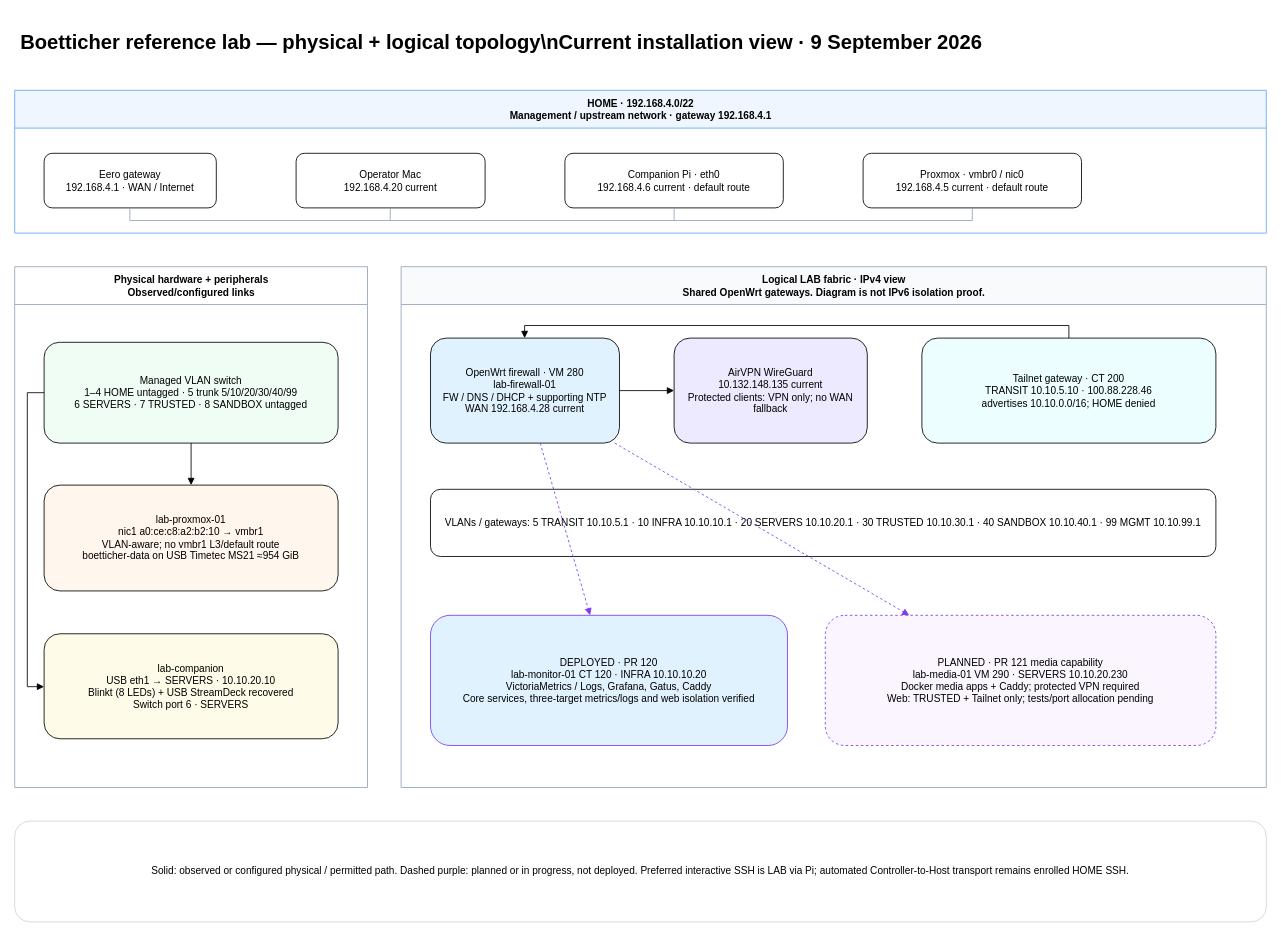
This is docs/images/network-topology.drawio from gofastercloud/boetticher, a draw.io file, before an edit. Source tidied: cells renumbered, new cells numbered last; positions are measured from the earlier drawing's top-left corner, leaving out a move shared by most shapes. Both pictures are drawn from the tidied source at 84%, with x=0, y=0 at pixel (14, 14).
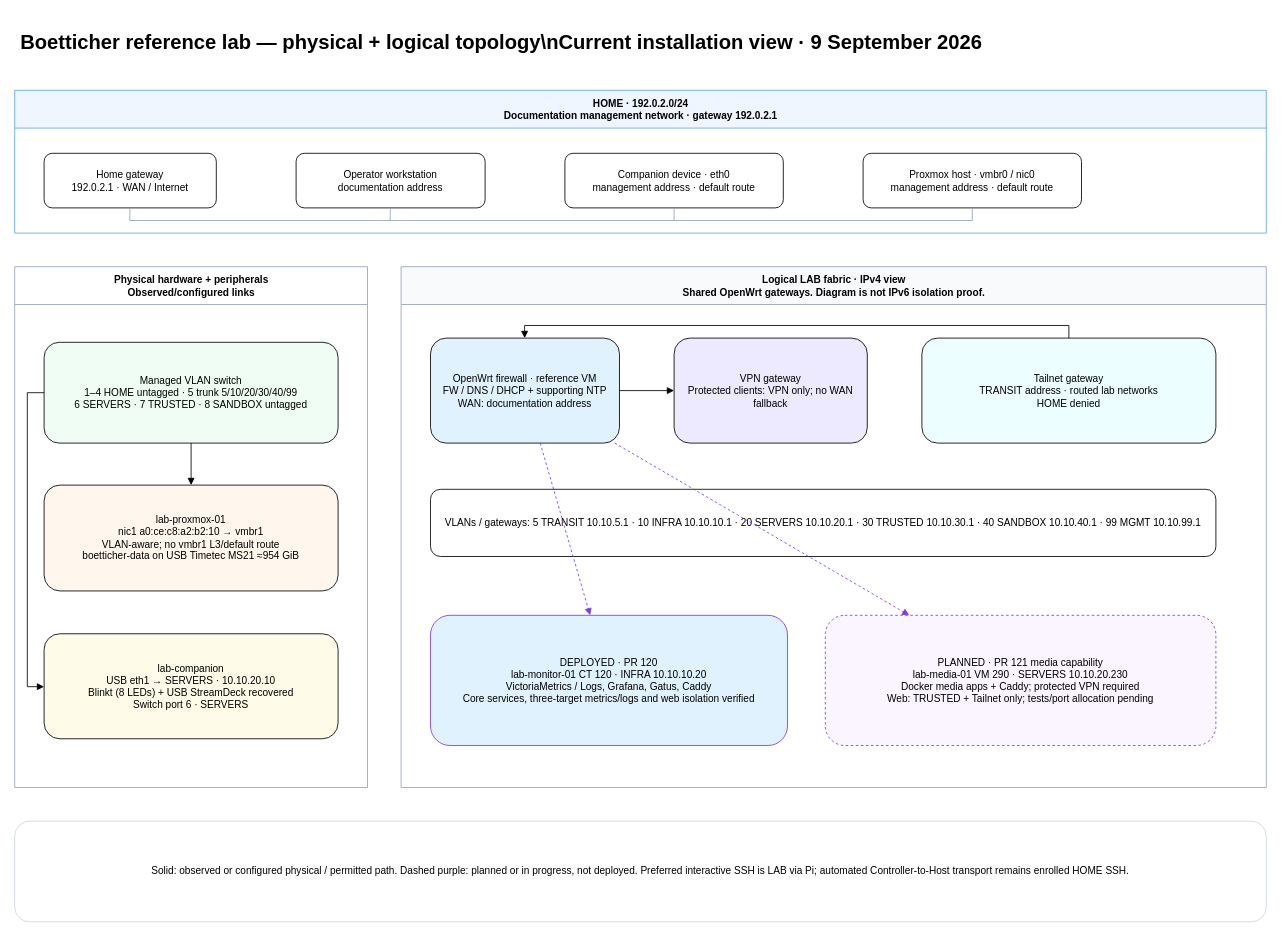
The same page after the edit.

The change refers to these unchanged cells:
```xml
<mxCell id="17" value="Logical LAB fabric · IPv4 view&#10;Shared OpenWrt gateways. Diagram is not IPv6 isolation proof." style="swimlane;html=1;startSize=45;fillColor=#f8fafc;strokeColor=#94a3b8;fontStyle=1;" parent="1" vertex="1">
  <mxGeometry x="460" y="300" width="1030" height="620" as="geometry" />
</mxCell>
```

Diff of the diagram source:
```diff
@@
-    <mxCell id="3" value="HOME · 192.168.4.0/22&#10;Management / upstream network · gateway 192.168.4.1" style="swimlane;html=1;startSize=45;fillColor=#eff6ff;strokeColor=#60a5fa;fontStyle=1;" parent="1" vertex="1">
+    <mxCell id="3" value="HOME · 192.0.2.0/24&#10;Documentation management network · gateway 192.0.2.1" style="swimlane;html=1;startSize=45;fillColor=#eff6ff;strokeColor=#60a5fa;fontStyle=1;" parent="1" vertex="1">
       <mxGeometry y="90" width="1490" height="170" as="geometry" />
     </mxCell>
-    <mxCell id="4" value="Eero gateway&#10;192.168.4.1 · WAN / Internet" style="rounded=1;whiteSpace=wrap;html=1;fillColor=#ffffff;" parent="3" vertex="1">
+    <mxCell id="4" value="Home gateway&#10;192.0.2.1 · WAN / Internet" style="rounded=1;whiteSpace=wrap;html=1;fillColor=#ffffff;" parent="3" vertex="1">
       <mxGeometry x="35" y="75" width="205" height="65" as="geometry" />
     </mxCell>
-    <mxCell id="5" value="Operator Mac&#10;192.168.4.20 current" style="rounded=1;whiteSpace=wrap;html=1;fillColor=#ffffff;" parent="3" vertex="1">
+    <mxCell id="5" value="Operator workstation&#10;documentation address" style="rounded=1;whiteSpace=wrap;html=1;fillColor=#ffffff;" parent="3" vertex="1">
       <mxGeometry x="335" y="75" width="225" height="65" as="geometry" />
     </mxCell>
-    <mxCell id="6" value="Companion Pi · eth0&#10;192.168.4.6 current · default route" style="rounded=1;whiteSpace=wrap;html=1;fillColor=#ffffff;" parent="3" vertex="1">
+    <mxCell id="6" value="Companion device · eth0&#10;management address · default route" style="rounded=1;whiteSpace=wrap;html=1;fillColor=#ffffff;" parent="3" vertex="1">
       <mxGeometry x="655" y="75" width="260" height="65" as="geometry" />
     </mxCell>
-    <mxCell id="7" value="Proxmox · vmbr0 / nic0&#10;192.168.4.5 current · default route" style="rounded=1;whiteSpace=wrap;html=1;fillColor=#ffffff;" parent="3" vertex="1">
+    <mxCell id="7" value="Proxmox host · vmbr0 / nic0&#10;management address · default route" style="rounded=1;whiteSpace=wrap;html=1;fillColor=#ffffff;" parent="3" vertex="1">
       <mxGeometry x="1010" y="75" width="260" height="65" as="geometry" />
     </mxCell>
@@
-    <mxCell id="18" value="OpenWrt firewall · VM 280&#10;lab-firewall-01&#10;FW / DNS / DHCP + supporting NTP&#10;WAN 192.168.4.28 current" style="rounded=1;whiteSpace=wrap;html=1;fillColor=#e0f2fe;" parent="17" vertex="1">
+    <mxCell id="18" value="OpenWrt firewall · reference VM&#10;FW / DNS / DHCP + supporting NTP&#10;WAN: documentation address" style="rounded=1;whiteSpace=wrap;html=1;fillColor=#e0f2fe;" parent="17" vertex="1">
       <mxGeometry x="35" y="85" width="225" height="125" as="geometry" />
     </mxCell>
-    <mxCell id="19" value="AirVPN WireGuard&#10;10.132.148.135 current&#10;Protected clients: VPN only; no WAN fallback" style="rounded=1;whiteSpace=wrap;html=1;fillColor=#ede9fe;" parent="17" vertex="1">
+    <mxCell id="19" value="VPN gateway&#10;Protected clients: VPN only; no WAN fallback" style="rounded=1;whiteSpace=wrap;html=1;fillColor=#ede9fe;" parent="17" vertex="1">
       <mxGeometry x="325" y="85" width="230" height="125" as="geometry" />
     </mxCell>
-    <mxCell id="20" value="Tailnet gateway · CT 200&#10;TRANSIT 10.10.5.10 · 100.88.228.46&#10;advertises 10.10.0.0/16; HOME denied" style="rounded=1;whiteSpace=wrap;html=1;fillColor=#ecfeff;" parent="17" vertex="1">
+    <mxCell id="20" value="Tailnet gateway&#10;TRANSIT address · routed lab networks&#10;HOME denied" style="rounded=1;whiteSpace=wrap;html=1;fillColor=#ecfeff;" parent="17" vertex="1">
       <mxGeometry x="620" y="85" width="350" height="125" as="geometry" />
     </mxCell>
```
